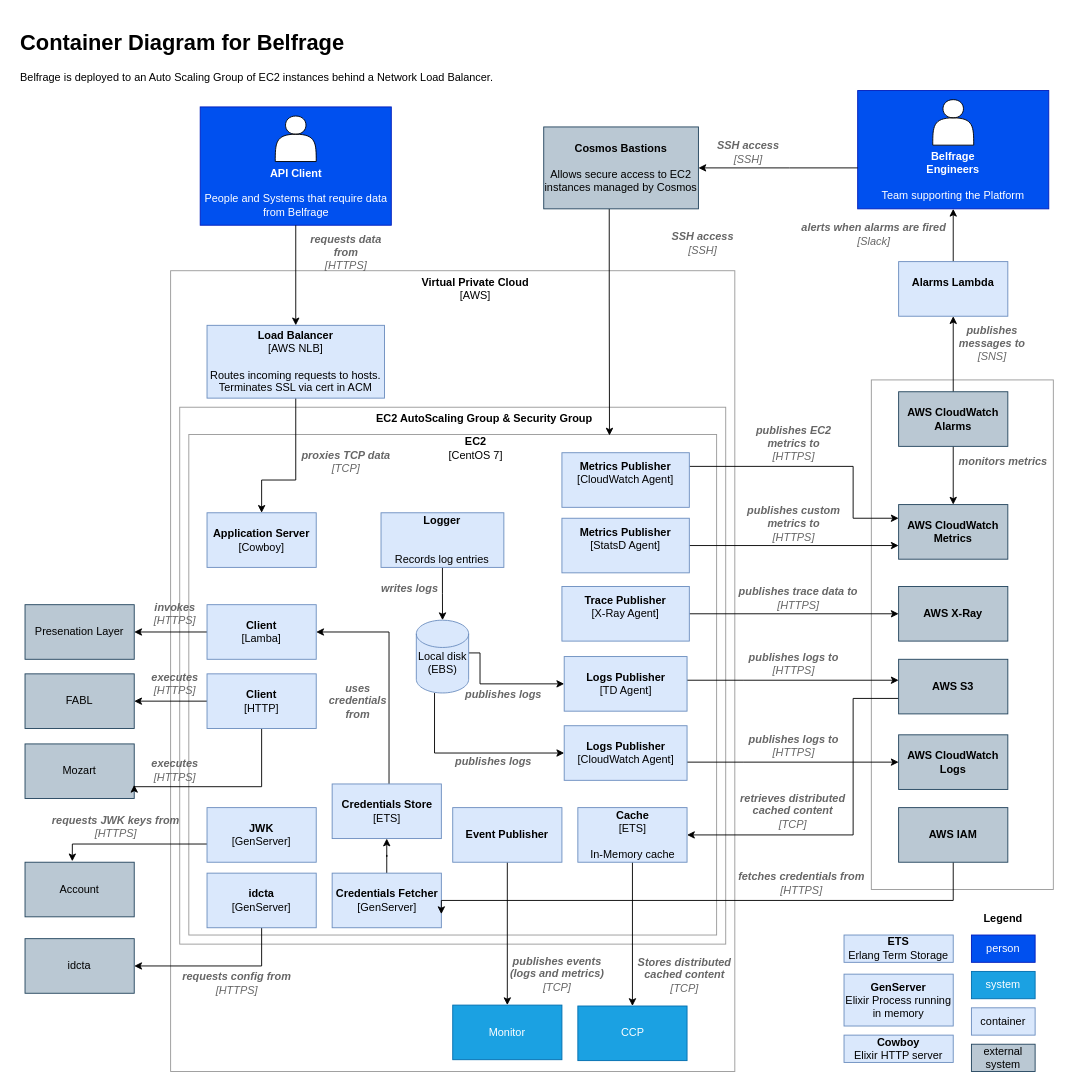
tracy-o/learning-day keeps this draw.io diagram as docs/source/architecture/c4-level-2.drawio. Above is the earlier version. Source tidied: cells renumbered, new cells numbered last; positions are measured from the earlier drawing's top-left corner, leaving out a move shared by most shapes. Both pictures are drawn from the tidied source at 91%, with x=0, y=0 at pixel (15, 25).
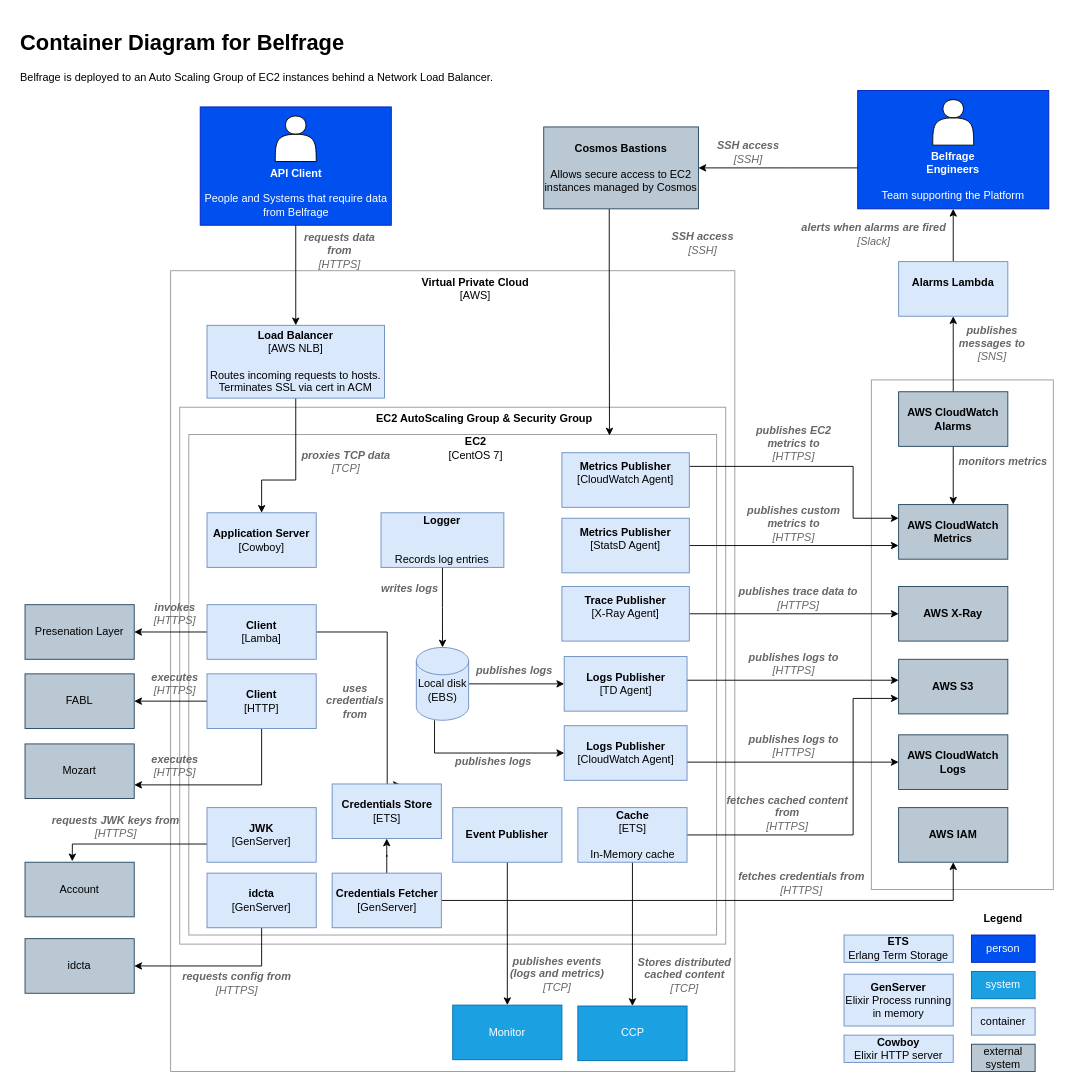
The same diagram, later.

Commit message (it also covers changes not shown here):
Ensure the direction arrows are consistent

Unchanged cells that the change refers to:
```xml
<mxCell id="31" value="&lt;b&gt;AWS S3&lt;/b&gt;" style="rounded=0;whiteSpace=wrap;html=1;fillColor=#bac8d3;strokeColor=#23445d;" parent="1" vertex="1">
  <mxGeometry x="970" y="697" width="120" height="60" as="geometry" />
</mxCell>
<mxCell id="33" value="&lt;b&gt;Logs Publisher&lt;/b&gt;&lt;br&gt;[TD Agent]" style="rounded=0;whiteSpace=wrap;html=1;fillColor=#dae8fc;strokeColor=#6c8ebf;" parent="1" vertex="1">
  <mxGeometry x="602.5" y="694" width="135" height="60" as="geometry" />
</mxCell>
<mxCell id="47" value="Mozart" style="rounded=0;whiteSpace=wrap;html=1;fillColor=#bac8d3;strokeColor=#23445d;" parent="1" vertex="1">
  <mxGeometry x="10" y="790" width="120" height="60" as="geometry" />
</mxCell>
<mxCell id="49" value="&lt;b&gt;Client&lt;/b&gt;&lt;br&gt;[Lamba]" style="rounded=0;whiteSpace=wrap;html=1;fillColor=#dae8fc;strokeColor=#6c8ebf;" parent="1" vertex="1">
  <mxGeometry x="210" y="637" width="120" height="60" as="geometry" />
</mxCell>
<mxCell id="53" value="&lt;b&gt;Client&lt;/b&gt;&lt;br&gt;[HTTP]" style="rounded=0;whiteSpace=wrap;html=1;fillColor=#dae8fc;strokeColor=#6c8ebf;" parent="1" vertex="1">
  <mxGeometry x="210" y="713" width="120" height="60" as="geometry" />
</mxCell>
<mxCell id="87" value="&lt;b&gt;Cache&lt;/b&gt;&lt;br&gt;[ETS]&lt;br&gt;&lt;br&gt;In-Memory cache" style="rounded=0;whiteSpace=wrap;html=1;fillColor=#dae8fc;strokeColor=#6c8ebf;" parent="1" vertex="1">
  <mxGeometry x="617.5" y="860" width="120" height="60" as="geometry" />
</mxCell>
<mxCell id="100" value="&lt;b&gt;Credentials Fetcher&lt;/b&gt;&lt;br&gt;[GenServer]" style="rounded=0;whiteSpace=wrap;html=1;fillColor=#dae8fc;strokeColor=#6c8ebf;" parent="1" vertex="1">
  <mxGeometry x="347.5" y="932" width="120" height="60" as="geometry" />
</mxCell>
<mxCell id="102" value="&lt;b&gt;Credentials Store&lt;/b&gt;&lt;br&gt;[ETS]" style="rounded=0;whiteSpace=wrap;html=1;fillColor=#dae8fc;strokeColor=#6c8ebf;" parent="1" vertex="1">
  <mxGeometry x="347.5" y="834" width="120" height="60" as="geometry" />
</mxCell>
<mxCell id="104" value="&lt;b&gt;AWS IAM&lt;/b&gt;" style="rounded=0;whiteSpace=wrap;html=1;fillColor=#bac8d3;strokeColor=#23445d;" parent="1" vertex="1">
  <mxGeometry x="970" y="860" width="120" height="60" as="geometry" />
</mxCell>
```

Diff of the diagram source:
```diff
@@
     <mxCell id="20" style="edgeStyle=orthogonalEdgeStyle;rounded=0;jettySize=auto;html=1;" parent="1" edge="1" source="21" target="33">
       <mxGeometry relative="1" as="geometry">
         <Array as="points">
-          <mxPoint x="510" y="690" />
-          <mxPoint x="510" y="724" />
+          <mxPoint x="520" y="724" />
+          <mxPoint x="520" y="724" />
         </Array>
       </mxGeometry>
     </mxCell>
     <mxCell id="21" value="&lt;br&gt;Local disk&lt;br&gt;(EBS)" style="shape=cylinder2;whiteSpace=wrap;html=1;boundedLbl=1;backgroundOutline=1;size=15;fillColor=#dae8fc;strokeColor=#6c8ebf;" parent="1" vertex="1">
-      <mxGeometry x="440" y="654" width="57.5" height="80" as="geometry" />
+      <mxGeometry x="440" y="684" width="57.5" height="80" as="geometry" />
     </mxCell>
@@
-    <mxCell id="30" style="edgeStyle=orthogonalEdgeStyle;rounded=0;jettySize=auto;html=1;" parent="1" edge="1" source="31" target="87">
-      <mxGeometry relative="1" as="geometry">
-        <Array as="points">
-          <mxPoint x="920" y="740" />
-          <mxPoint x="920" y="890" />
-        </Array>
-      </mxGeometry>
-    </mxCell>
@@
-    <mxCell id="44" value="&lt;i&gt;&lt;font color=&quot;#666666&quot;&gt;&lt;b&gt;retrieves distributed cached content&lt;/b&gt;&lt;br&gt;[TCP]&lt;/font&gt;&lt;/i&gt;" style="text;html=1;strokeColor=none;fillColor=none;align=center;verticalAlign=middle;whiteSpace=wrap;rounded=0;" parent="1" vertex="1">
-      <mxGeometry x="778" y="854" width="152" height="20" as="geometry" />
+    <mxCell id="44" value="&lt;i&gt;&lt;font color=&quot;#666666&quot;&gt;&lt;b&gt;fetches cached content from&lt;/b&gt;&lt;br&gt;[HTTPS]&lt;/font&gt;&lt;/i&gt;" style="text;html=1;strokeColor=none;fillColor=none;align=center;verticalAlign=middle;whiteSpace=wrap;rounded=0;" parent="1" vertex="1">
+      <mxGeometry x="772" y="850" width="152" height="31" as="geometry" />
     </mxCell>
@@
+    <mxCell id="107" style="edgeStyle=orthogonalEdgeStyle;rounded=0;jettySize=auto;html=1;entryX=0.629;entryY=0.017;entryDx=0;entryDy=0;entryPerimeter=0;" parent="1" edge="1" source="49" target="102">
+      <mxGeometry relative="1" as="geometry">
+        <Array as="points">
+          <mxPoint x="408" y="667" />
+        </Array>
+      </mxGeometry>
+    </mxCell>
@@
     <mxCell id="52" style="edgeStyle=orthogonalEdgeStyle;rounded=0;jettySize=auto;html=1;entryX=1;entryY=0.75;entryDx=0;entryDy=0;" parent="1" edge="1" source="53" target="47">
       <mxGeometry relative="1" as="geometry">
         <Array as="points">
-          <mxPoint x="270" y="837" />
+          <mxPoint x="270" y="835" />
         </Array>
       </mxGeometry>
     </mxCell>
@@
     <mxCell id="55" value="&lt;i&gt;&lt;font color=&quot;#666666&quot;&gt;&lt;b&gt;executes&lt;/b&gt;&lt;br&gt;[HTTPS]&lt;/font&gt;&lt;/i&gt;" style="text;html=1;strokeColor=none;fillColor=none;align=center;verticalAlign=middle;whiteSpace=wrap;rounded=0;" parent="1" vertex="1">
-      <mxGeometry x="120" y="809" width="110" height="20" as="geometry" />
+      <mxGeometry x="120" y="804" width="110" height="20" as="geometry" />
     </mxCell>
@@
     <mxCell id="62" value="&lt;i&gt;&lt;font color=&quot;#666666&quot;&gt;&lt;b&gt;publishes logs&lt;/b&gt;&lt;/font&gt;&lt;/i&gt;" style="text;html=1;strokeColor=none;fillColor=none;align=center;verticalAlign=middle;whiteSpace=wrap;rounded=0;" parent="1" vertex="1">
-      <mxGeometry x="481.2" y="726" width="110" height="20" as="geometry" />
+      <mxGeometry x="492.5" y="700" width="110" height="20" as="geometry" />
     </mxCell>
@@
     <mxCell id="64" value="&lt;i&gt;&lt;font color=&quot;#666666&quot;&gt;&lt;b&gt;requests data from&lt;/b&gt;&lt;br&gt;[HTTPS]&lt;br&gt;&lt;/font&gt;&lt;/i&gt;" style="text;html=1;strokeColor=none;fillColor=none;align=center;verticalAlign=middle;whiteSpace=wrap;rounded=0;" parent="1" vertex="1">
-      <mxGeometry x="308" y="240" width="110" height="20" as="geometry" />
+      <mxGeometry x="301" y="238" width="110" height="20" as="geometry" />
     </mxCell>
@@
+    <mxCell id="108" style="edgeStyle=orthogonalEdgeStyle;rounded=0;jettySize=auto;html=1;" parent="1" edge="1" source="87" target="31">
+      <mxGeometry relative="1" as="geometry">
+        <Array as="points">
+          <mxPoint x="920" y="890" />
+          <mxPoint x="920" y="740" />
+        </Array>
+      </mxGeometry>
+    </mxCell>
@@
+    <mxCell id="109" style="edgeStyle=orthogonalEdgeStyle;rounded=0;jettySize=auto;html=1;entryX=0.5;entryY=1;entryDx=0;entryDy=0;" parent="1" edge="1" source="100" target="104">
+      <mxGeometry relative="1" as="geometry" />
+    </mxCell>
@@
-    <mxCell id="101" style="edgeStyle=orthogonalEdgeStyle;rounded=0;jettySize=auto;html=1;entryX=1;entryY=0.5;entryDx=0;entryDy=0;" parent="1" edge="1" source="102" target="49">
-      <mxGeometry relative="1" as="geometry">
-        <Array as="points">
-          <mxPoint x="410" y="667" />
-        </Array>
-      </mxGeometry>
-    </mxCell>
@@
-    <mxCell id="103" style="edgeStyle=orthogonalEdgeStyle;rounded=0;jettySize=auto;html=1;entryX=1;entryY=0.75;entryDx=0;entryDy=0;" parent="1" edge="1" source="104" target="100">
-      <mxGeometry relative="1" as="geometry">
-        <Array as="points">
-          <mxPoint x="1030" y="962" />
-        </Array>
-      </mxGeometry>
-    </mxCell>
@@
     <mxCell id="106" value="&lt;i&gt;&lt;font color=&quot;#666666&quot;&gt;&lt;b&gt;uses credentials from&lt;/b&gt;&lt;/font&gt;&lt;/i&gt;" style="text;html=1;strokeColor=none;fillColor=none;align=center;verticalAlign=middle;whiteSpace=wrap;rounded=0;" parent="1" vertex="1">
-      <mxGeometry x="336" y="728" width="80" height="30" as="geometry" />
+      <mxGeometry x="332.5" y="728" width="80" height="30" as="geometry" />
     </mxCell>
```
